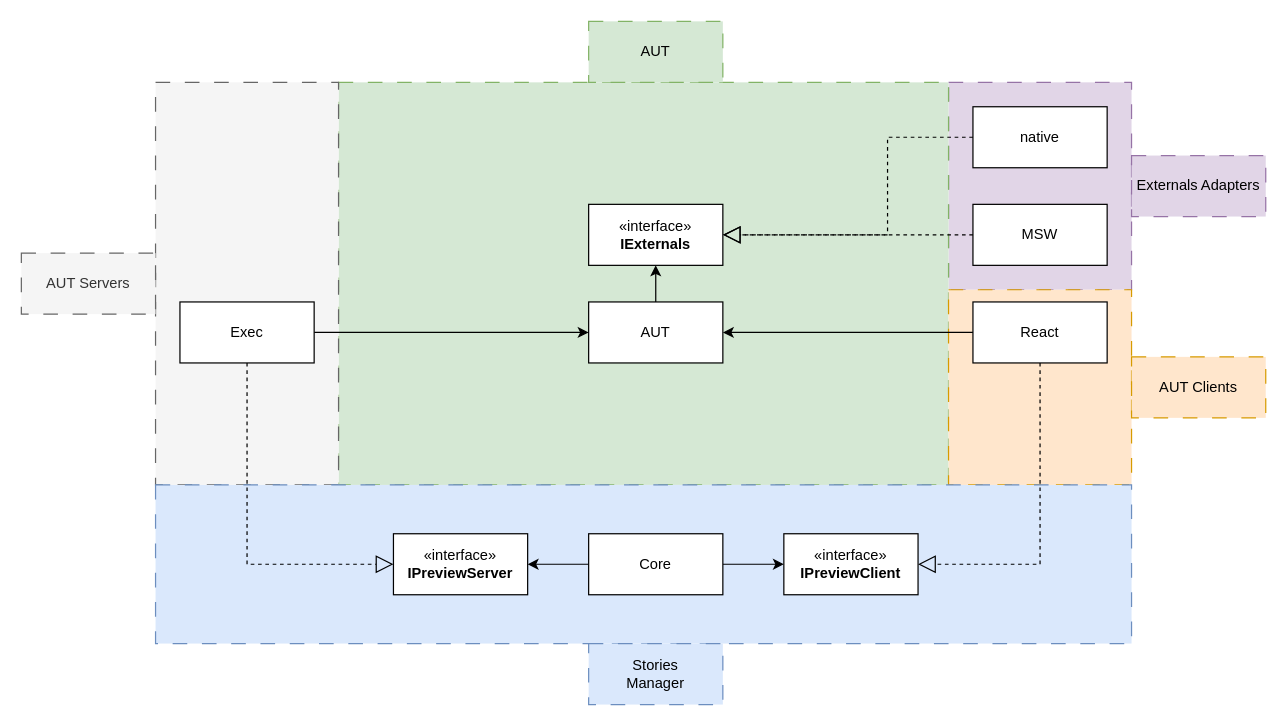
Before: website/assets/arch.drawio in storyshots/storyshots, a draw.io diagram. Source tidied: cells renumbered, new cells numbered last; positions are measured from the earlier drawing's top-left corner, leaving out a move shared by most shapes. Both pictures are drawn from the tidied source at 122%, with x=0, y=0 at pixel (21, 21).
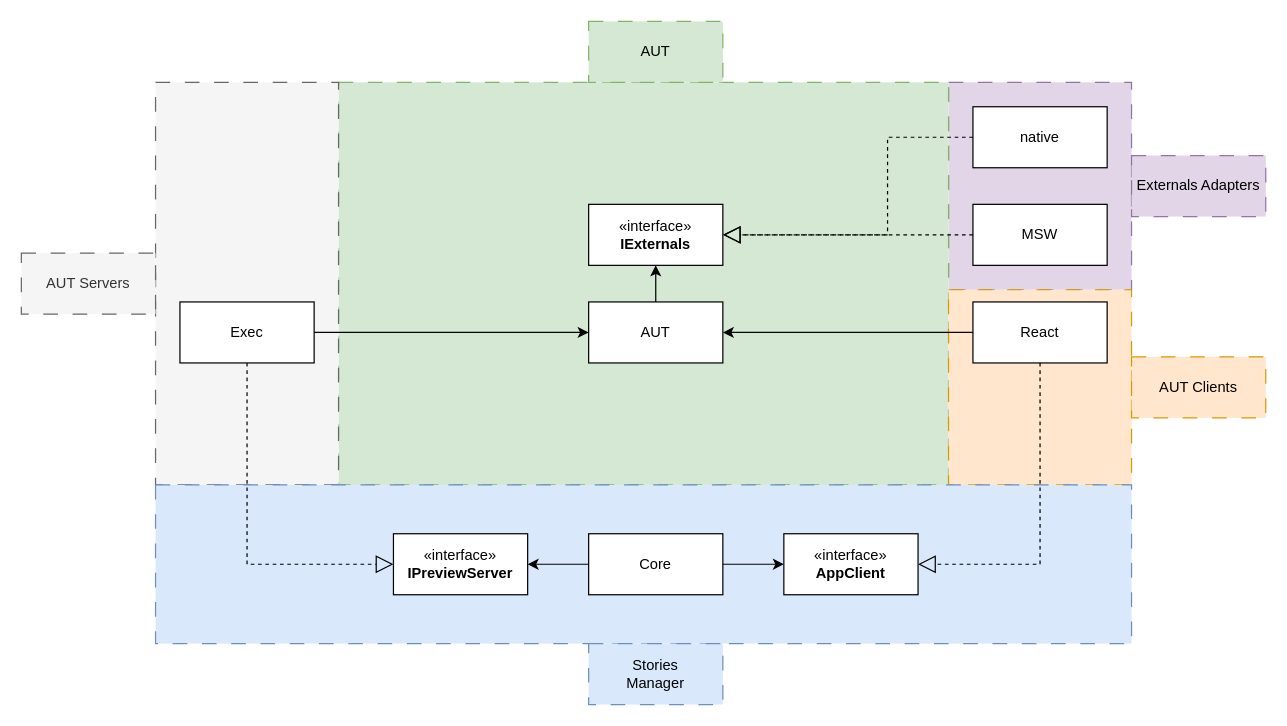
The same diagram, later.

The edit, as a diff of the source:
```diff
@@
-    <mxCell id="11" value="«interface»&lt;br&gt;&lt;b&gt;IPreviewClient&lt;/b&gt;" style="html=1;whiteSpace=wrap;" parent="1" vertex="1">
+    <mxCell id="11" value="«interface»&lt;br&gt;&lt;b&gt;AppClient&lt;/b&gt;" style="html=1;whiteSpace=wrap;" parent="1" vertex="1">
       <mxGeometry x="625" y="420" width="110" height="50" as="geometry" />
     </mxCell>
```
